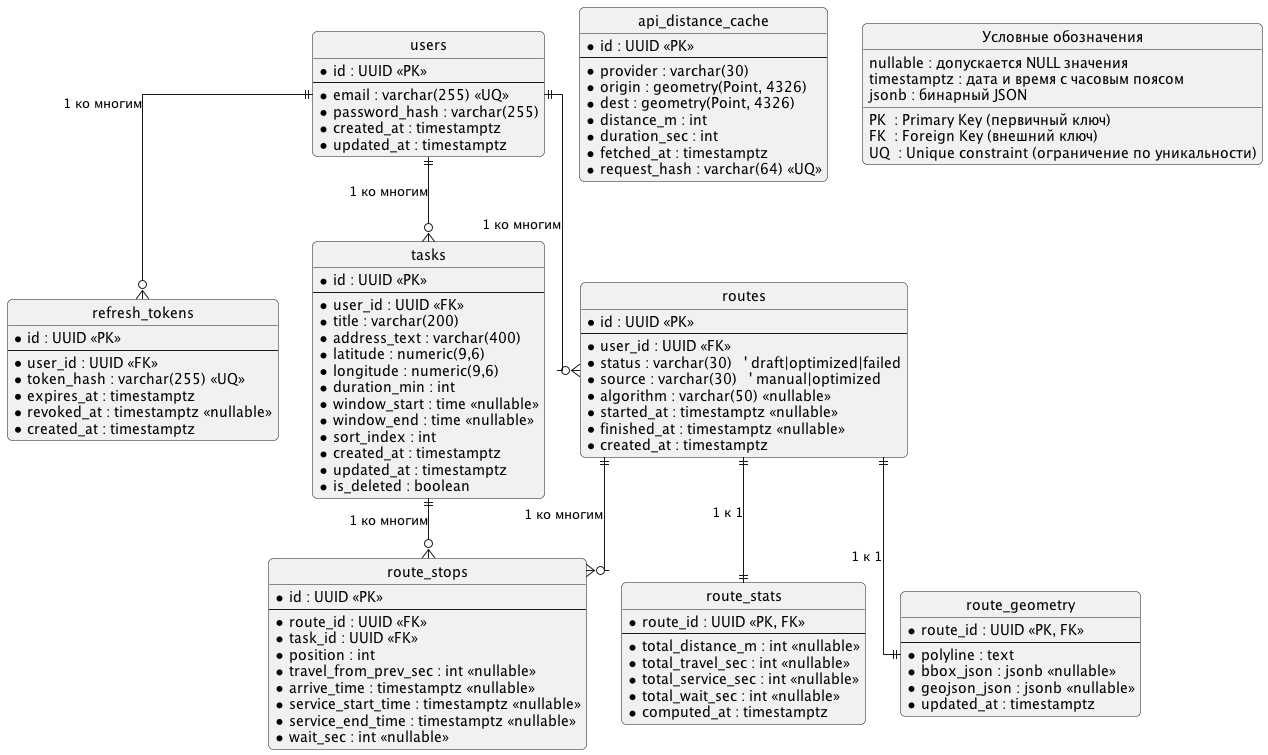
Above: Диплом Latex/images/database_model.png in Tyutichkin/diploma (PlantUML), before the change. Its diagram source:
```plantuml
@startuml
hide circle
skinparam linetype ortho
skinparam roundcorner 10
skinparam shadowing false

entity "users" as users {
  * id : UUID <<PK>>
  --
  * email : varchar(255) <<UQ>>
  * password_hash : varchar(255)
  * created_at : timestamptz
  * updated_at : timestamptz
}

entity "refresh_tokens" as rt {
  * id : UUID <<PK>>
  --
  * user_id : UUID <<FK>>
  * token_hash : varchar(255) <<UQ>>
  * expires_at : timestamptz
  * revoked_at : timestamptz <<nullable>>
  * created_at : timestamptz
}

entity "tasks" as tasks {
  * id : UUID <<PK>>
  --
  * user_id : UUID <<FK>>
  * title : varchar(200)
  * address_text : varchar(400)
  * latitude : numeric(9,6)
  * longitude : numeric(9,6)
  * duration_min : int
  * window_start : time <<nullable>>
  * window_end : time <<nullable>>
  * sort_index : int
  * created_at : timestamptz
  * updated_at : timestamptz
  * is_deleted : boolean
}

entity "routes" as routes {
  * id : UUID <<PK>>
  --
  * user_id : UUID <<FK>>
  * status : varchar(30)   ' draft|optimized|failed
  * source : varchar(30)   ' manual|optimized
  * algorithm : varchar(50) <<nullable>>
  * started_at : timestamptz <<nullable>>
  * finished_at : timestamptz <<nullable>>
  * created_at : timestamptz
}

entity "route_stats" as stats {
  * route_id : UUID <<PK, FK>>
  --
  * total_distance_m : int <<nullable>>
  * total_travel_sec : int <<nullable>>
  * total_service_sec : int <<nullable>>
  * total_wait_sec : int <<nullable>>
  * computed_at : timestamptz
}

entity "route_stops" as stops {
  * id : UUID <<PK>>
  --
  * route_id : UUID <<FK>>
  * task_id : UUID <<FK>>
  * position : int
  * travel_from_prev_sec : int <<nullable>>
  * arrive_time : timestamptz <<nullable>>
  * service_start_time : timestamptz <<nullable>>
  * service_end_time : timestamptz <<nullable>>
  * wait_sec : int <<nullable>>
}

entity "route_geometry" as geom {
  * route_id : UUID <<PK, FK>>
  --
  * polyline : text
  * bbox_json : jsonb <<nullable>>
  * geojson_json : jsonb <<nullable>>
  * updated_at : timestamptz
}

entity "api_distance_cache" as cache {
  * id : UUID <<PK>>
  --
  * provider : varchar(30)
  * origin : geometry(Point, 4326)
  * dest : geometry(Point, 4326)
  * distance_m : int
  * duration_sec : int
  * fetched_at : timestamptz
  * request_hash : varchar(64) <<UQ>>
}

users ||--o{ tasks : "1 ко многим"
users ||--o{ routes : "1 ко многим"
users ||--o{ rt : "1 ко многим"

routes ||--o{ stops : "1 ко многим"
tasks  ||--o{ stops : "1 ко многим"
routes ||--|| geom  : "1 к 1"
routes ||--|| stats : "1 к 1"

entity "Условные обозначения" as legend {
  PK  : Primary Key (первичный ключ)
  FK  : Foreign Key (внешний ключ)
  UQ  : Unique constraint (ограничение по уникальности)
  nullable : допускается NULL значения
  timestamptz : дата и время с часовым поясом
  jsonb : бинарный JSON
}

@enduml
```
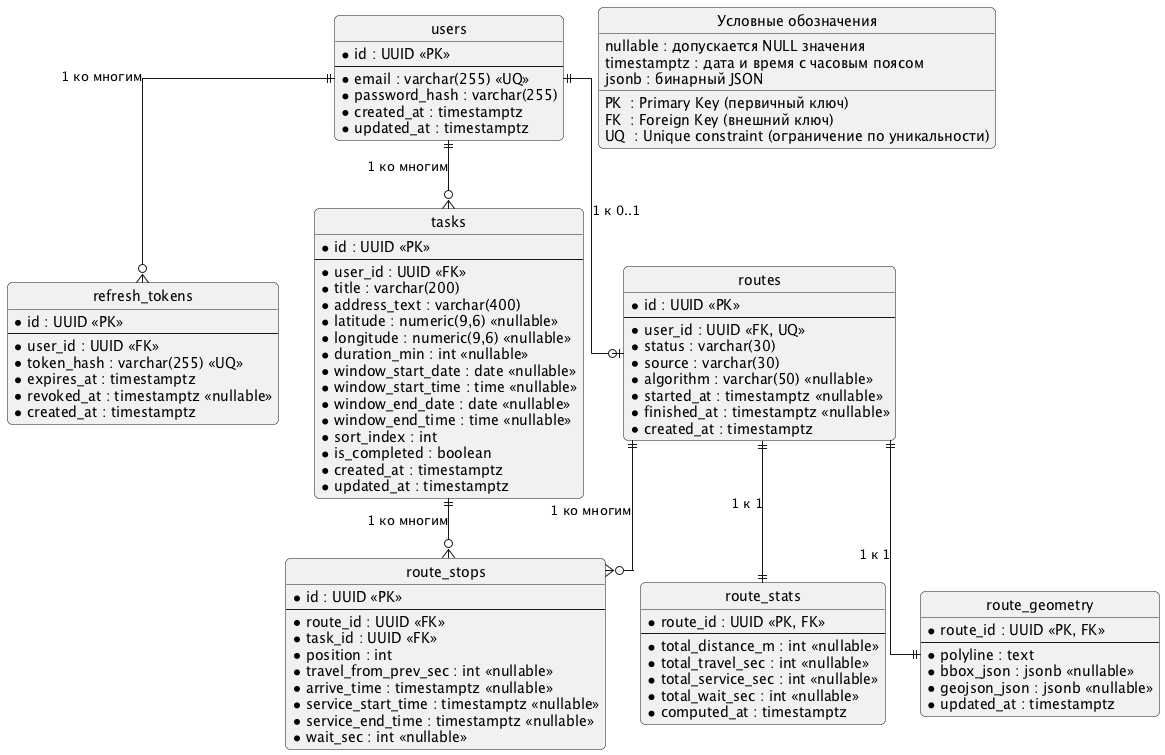
Above is the later version.

The edit, as a diff of the source:
```diff
@@ -29,23 +29,25 @@
   * user_id : UUID <<FK>>
   * title : varchar(200)
   * address_text : varchar(400)
-  * latitude : numeric(9,6)
-  * longitude : numeric(9,6)
-  * duration_min : int
-  * window_start : time <<nullable>>
-  * window_end : time <<nullable>>
+  * latitude : numeric(9,6) <<nullable>>
+  * longitude : numeric(9,6) <<nullable>>
+  * duration_min : int <<nullable>>
+  * window_start_date : date <<nullable>>
+  * window_start_time : time <<nullable>>
+  * window_end_date : date <<nullable>>
+  * window_end_time : time <<nullable>>
   * sort_index : int
+  * is_completed : boolean
   * created_at : timestamptz
   * updated_at : timestamptz
-  * is_deleted : boolean
 }
 
 entity "routes" as routes {
   * id : UUID <<PK>>
   --
-  * user_id : UUID <<FK>>
-  * status : varchar(30)   ' draft|optimized|failed
-  * source : varchar(30)   ' manual|optimized
+  * user_id : UUID <<FK, UQ>>
+  * status : varchar(30)
+  * source : varchar(30)
   * algorithm : varchar(50) <<nullable>>
   * started_at : timestamptz <<nullable>>
   * finished_at : timestamptz <<nullable>>
@@ -84,20 +86,8 @@
   * updated_at : timestamptz
 }
 
-entity "api_distance_cache" as cache {
-  * id : UUID <<PK>>
-  --
-  * provider : varchar(30)
-  * origin : geometry(Point, 4326)
-  * dest : geometry(Point, 4326)
-  * distance_m : int
-  * duration_sec : int
-  * fetched_at : timestamptz
-  * request_hash : varchar(64) <<UQ>>
-}
-
 users ||--o{ tasks : "1 ко многим"
-users ||--o{ routes : "1 ко многим"
+users ||--o| routes : "1 к 0..1"
 users ||--o{ rt : "1 ко многим"
 
 routes ||--o{ stops : "1 ко многим"
```
